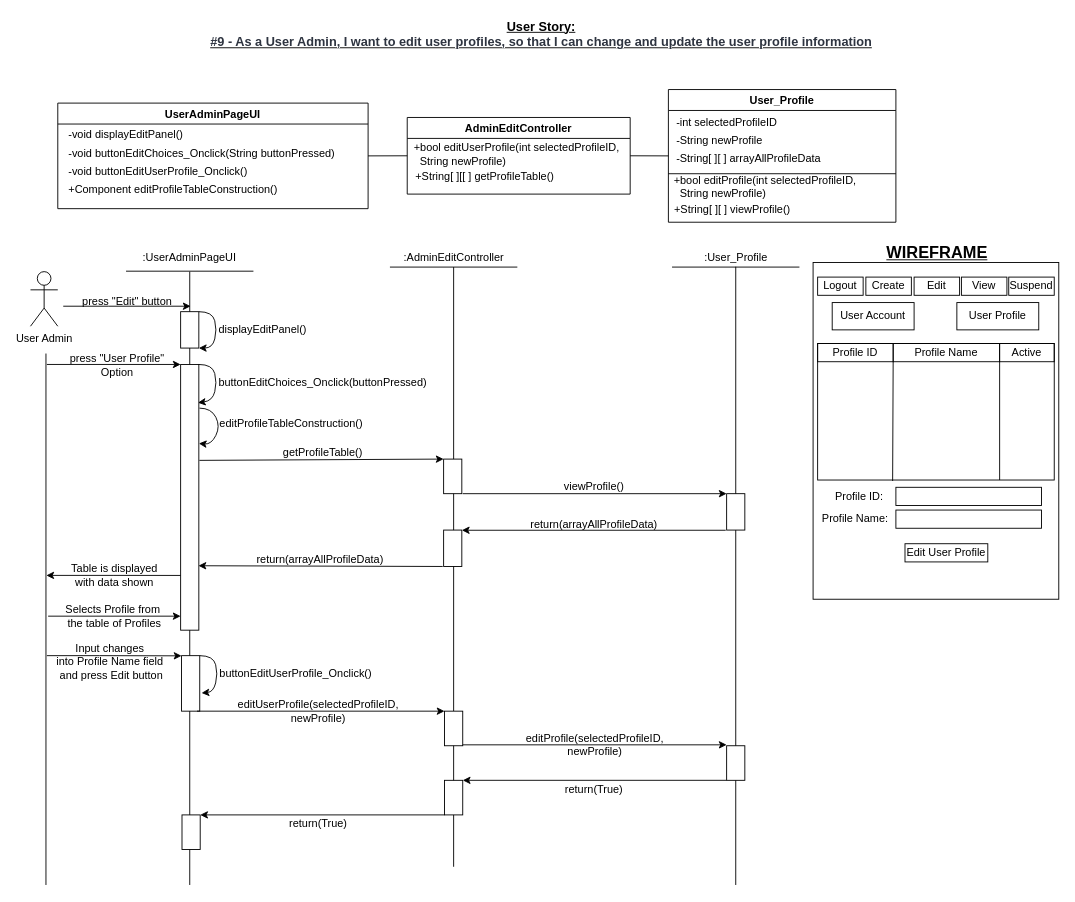
Before: BCE_UML_and_Diagrams/UserAdmin/UserAdmin_Edit(#4&9)/UserStory#9_EditUserProfile.drawio in extred5700/JAVAGUI-Restaurant-Table-Order-System, a draw.io diagram. Source tidied: cells renumbered, new cells numbered last; positions are measured from the earlier drawing's top-left corner, leaving out a move shared by most shapes. Both pictures are drawn from the tidied source at 91%, with x=0, y=0 at pixel (30, 15).
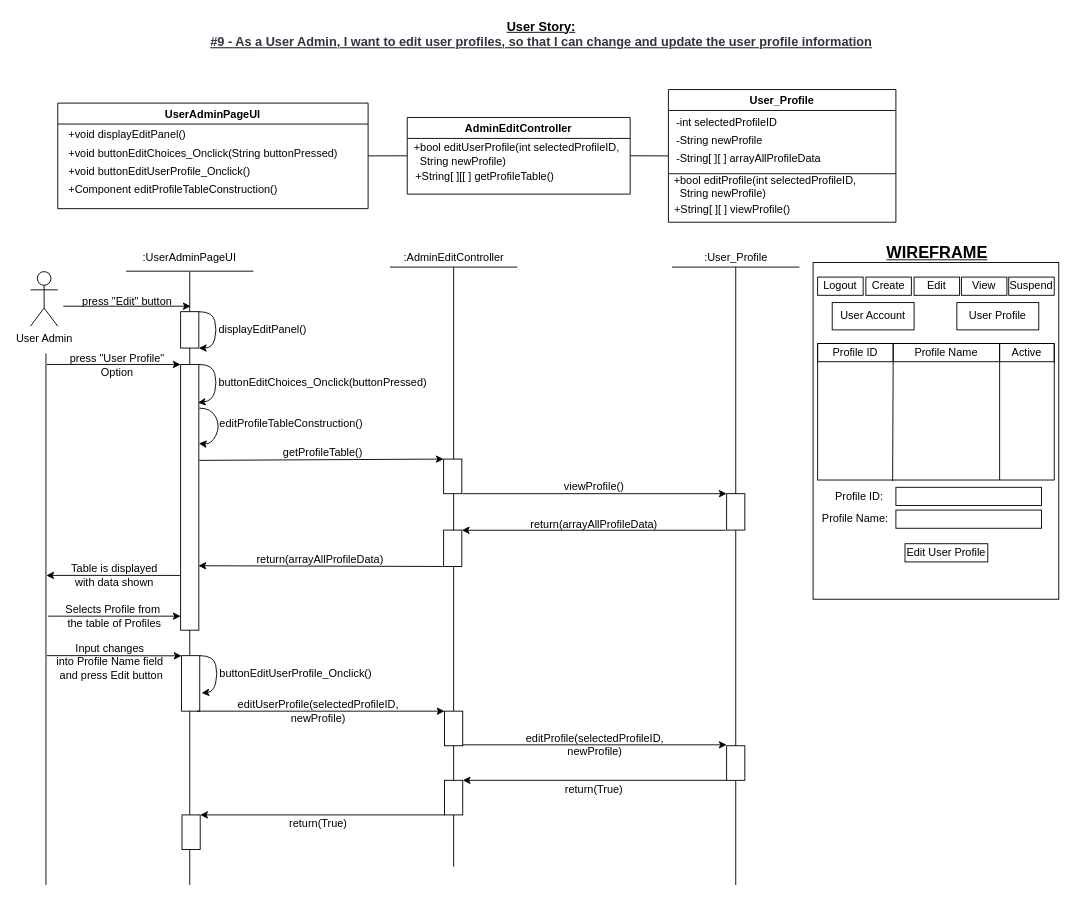
The same diagram, later.

Unchanged cells that the change refers to:
```xml
<mxCell id="4" value="UserAdminPageUI" style="swimlane;" parent="1" vertex="1">
  <mxGeometry x="30" y="95.8" width="341" height="116" as="geometry" />
</mxCell>
```

Change to the diagram source:
```diff
@@
-    <mxCell id="5" value="-void displayEditPanel()" style="text;html=1;align=left;verticalAlign=middle;strokeColor=none;fillColor=none;" parent="4" vertex="1">
+    <mxCell id="5" value="+void displayEditPanel()" style="text;html=1;align=left;verticalAlign=middle;strokeColor=none;fillColor=none;" parent="4" vertex="1">
       <mxGeometry x="10" y="24.8" width="140" height="20" as="geometry" />
     </mxCell>
@@
-    <mxCell id="7" value="-void buttonEditChoices_Onclick(String buttonPressed)" style="text;html=1;align=left;verticalAlign=middle;strokeColor=none;fillColor=none;" parent="4" vertex="1">
+    <mxCell id="7" value="+void buttonEditChoices_Onclick(String buttonPressed)" style="text;html=1;align=left;verticalAlign=middle;strokeColor=none;fillColor=none;" parent="4" vertex="1">
       <mxGeometry x="10" y="44.8" width="310" height="20" as="geometry" />
     </mxCell>
-    <mxCell id="8" value="-void buttonEditUserProfile_Onclick()" style="text;html=1;align=left;verticalAlign=middle;strokeColor=none;fillColor=none;" parent="4" vertex="1">
-      <mxGeometry x="10" y="64.8" width="210" height="20" as="geometry" />
+    <mxCell id="8" value="+void buttonEditUserProfile_Onclick()" style="text;html=1;align=left;verticalAlign=middle;strokeColor=none;fillColor=none;" parent="4" vertex="1">
+      <mxGeometry x="10" y="64.8" width="220" height="20" as="geometry" />
     </mxCell>
```
